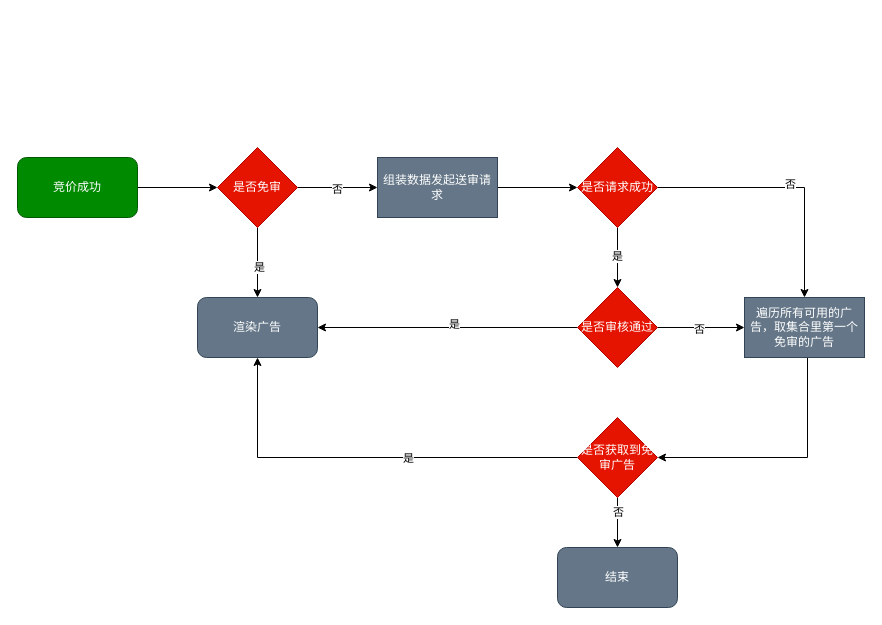
The draw.io diagram moji/极速版素材审核流程.drawio in HengqianSong/drawIO, before the edit. Source tidied: cells renumbered, new cells numbered last; positions are measured from the earlier drawing's top-left corner, leaving out a move shared by most shapes. Both pictures are drawn from the tidied source at 100%, with x=0, y=0 at pixel (17, 147).
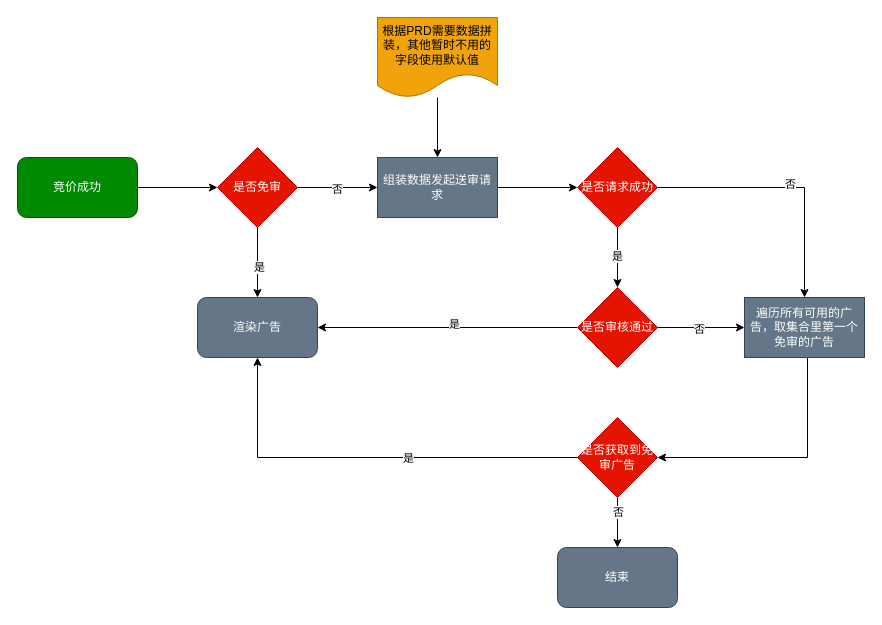
The same diagram, later.

Commit message (it also covers changes not shown here):
更新极速版素材审核流程.drawio

The change refers to these unchanged cells:
```xml
<mxCell id="11" value="组装数据发起送审请求" style="rounded=0;whiteSpace=wrap;html=1;fillColor=#647687;fontColor=#ffffff;strokeColor=#314354;" parent="1" vertex="1">
  <mxGeometry x="360" y="10" width="120" height="60" as="geometry" />
</mxCell>
```

The edit, as a diff of the source:
```diff
@@
+    <mxCell id="30" style="edgeStyle=orthogonalEdgeStyle;rounded=0;jettySize=auto;html=1;" parent="1" edge="1" source="31" target="11">
+      <mxGeometry relative="1" as="geometry" />
+    </mxCell>
+    <mxCell id="31" value="根据PRD需要数据拼装，其他暂时不用的字段使用默认值" style="shape=document;whiteSpace=wrap;html=1;boundedLbl=1;fillColor=#f0a30a;fontColor=#000000;strokeColor=#BD7000;" parent="1" vertex="1">
+      <mxGeometry x="360" y="-130" width="120" height="80" as="geometry" />
+    </mxCell>
```
